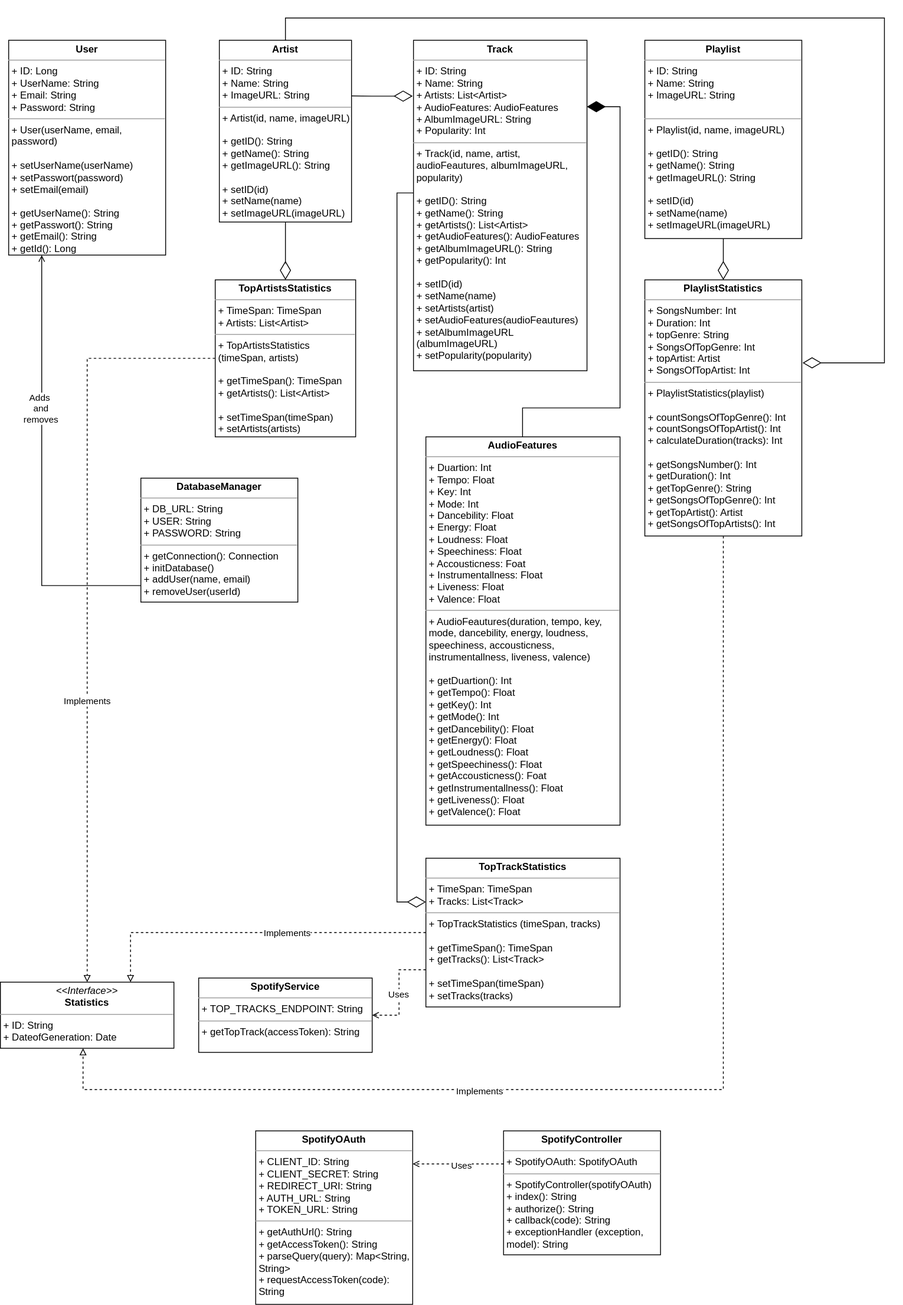
The draw.io diagram Documentation/diagrams/UML_Class_Diagram.svg in SE-TINF22B6/Statify, before a commit. Source tidied: cells renumbered, new cells last; positions are measured from the earlier drawing's top-left corner, leaving out a move shared by most shapes.
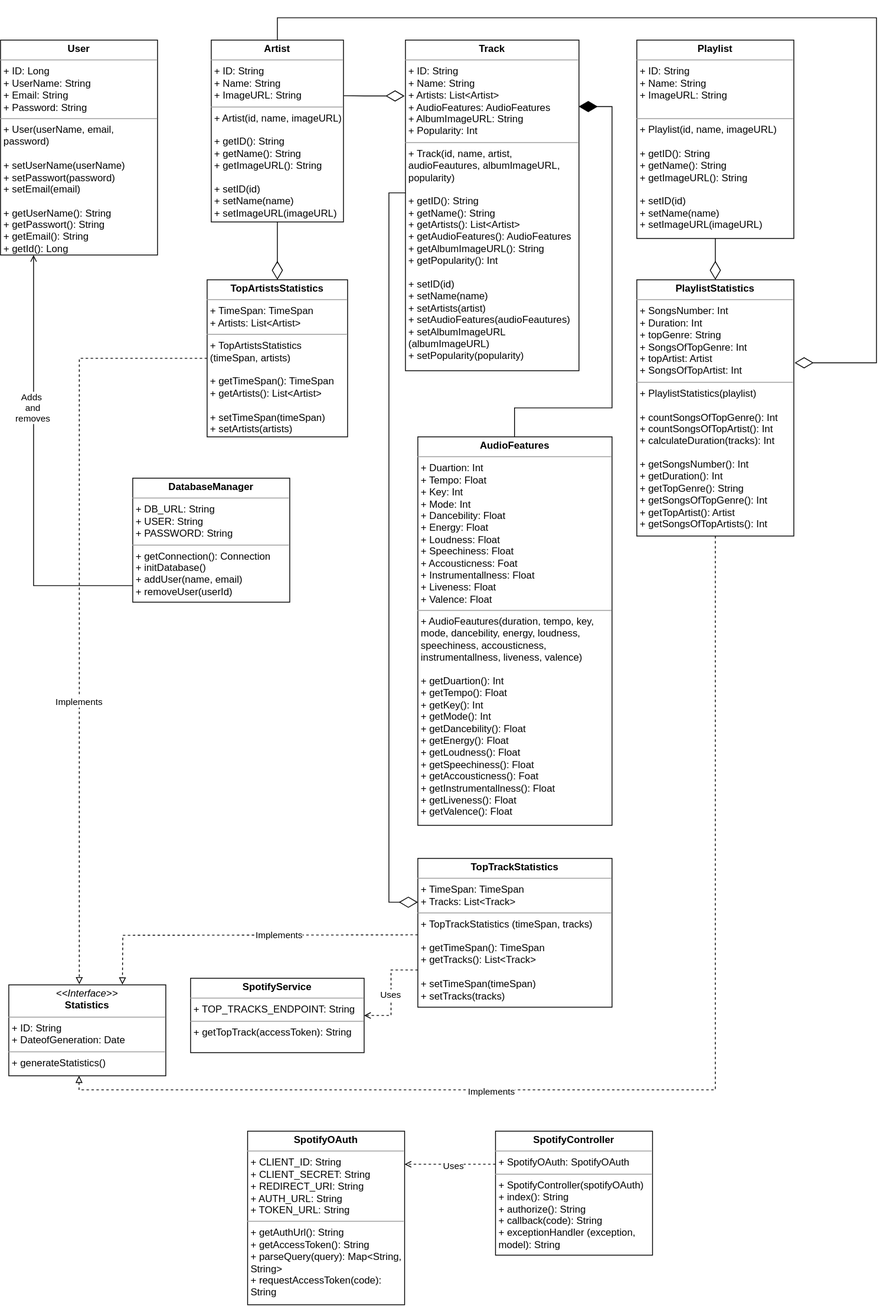
After the change.

Change to the diagram source:
```diff
@@ -1,4 +1,4 @@
-<mxGraphModel>
+<mxGraphModel background="#ffffff">
   <root>
     <mxCell id="0" />
     <mxCell id="1" parent="0" />
@@ -62,10 +62,7 @@
     <mxCell id="15" value="&lt;p style=&quot;margin:0px;margin-top:4px;text-align:center;&quot;&gt;&lt;b&gt;DatabaseManager&lt;/b&gt;&lt;br&gt;&lt;/p&gt;&lt;hr size=&quot;1&quot;&gt;&lt;p style=&quot;margin:0px;margin-left:4px;&quot;&gt;+ DB_URL: String&lt;/p&gt;&lt;p style=&quot;margin:0px;margin-left:4px;&quot;&gt;+ USER: String&lt;br&gt;&lt;/p&gt;&lt;p style=&quot;margin:0px;margin-left:4px;&quot;&gt;+ PASSWORD: String&lt;/p&gt;&lt;hr size=&quot;1&quot;&gt;&lt;p style=&quot;margin:0px;margin-left:4px;&quot;&gt;+ getConnection(): Connection&lt;/p&gt;&lt;p style=&quot;margin:0px;margin-left:4px;&quot;&gt;+&amp;nbsp;initDatabase()&lt;/p&gt;&lt;p style=&quot;margin:0px;margin-left:4px;&quot;&gt;+&amp;nbsp;addUser(name, email)&lt;/p&gt;&lt;p style=&quot;margin:0px;margin-left:4px;&quot;&gt;+&amp;nbsp;removeUser(userId)&lt;/p&gt;" style="verticalAlign=top;align=left;overflow=fill;fontSize=12;fontFamily=Helvetica;html=1;whiteSpace=wrap;" parent="1" vertex="1">
       <mxGeometry x="170" y="557" width="190" height="150" as="geometry" />
     </mxCell>
-    <mxCell id="16" value="&lt;p style=&quot;margin:0px;margin-top:4px;text-align:center;&quot;&gt;&lt;i&gt;&amp;lt;&amp;lt;Interface&amp;gt;&amp;gt;&lt;/i&gt;&lt;br&gt;&lt;b&gt;Statistics&lt;/b&gt;&lt;br&gt;&lt;/p&gt;&lt;hr size=&quot;1&quot;&gt;&lt;p style=&quot;margin:0px;margin-left:4px;&quot;&gt;+ ID: String&lt;br&gt;+ DateofGeneration: Date&lt;/p&gt;&lt;p style=&quot;margin:0px;margin-left:4px;&quot;&gt;&lt;br&gt;&lt;/p&gt;" style="verticalAlign=top;align=left;overflow=fill;fontSize=12;fontFamily=Helvetica;html=1;whiteSpace=wrap;" parent="1" vertex="1">
-      <mxGeometry y="1167" width="210" height="80" as="geometry" />
-    </mxCell>
-    <mxCell id="17" style="edgeStyle=orthogonalEdgeStyle;rounded=0;jettySize=auto;html=1;entryX=0.5;entryY=0;entryDx=0;entryDy=0;dashed=1;endArrow=block;endFill=0;" parent="1" edge="1" source="19" target="16">
+    <mxCell id="17" style="edgeStyle=orthogonalEdgeStyle;rounded=0;jettySize=auto;html=1;entryX=0.449;entryY=-0.007;entryDx=0;entryDy=0;dashed=1;endArrow=block;endFill=0;entryPerimeter=0;" parent="1" edge="1" source="19" target="33">
       <mxGeometry relative="1" as="geometry" />
     </mxCell>
     <mxCell id="18" value="Implements" style="edgeLabel;html=1;align=center;verticalAlign=middle;" parent="17" vertex="1">
@@ -74,8 +71,11 @@
     <mxCell id="19" value="&lt;p style=&quot;margin:0px;margin-top:4px;text-align:center;&quot;&gt;&lt;b&gt;TopArtistsStatistics&lt;/b&gt;&lt;br&gt;&lt;/p&gt;&lt;hr size=&quot;1&quot;&gt;&lt;p style=&quot;margin:0px;margin-left:4px;&quot;&gt;+ TimeSpan: TimeSpan&lt;/p&gt;&lt;p style=&quot;margin:0px;margin-left:4px;&quot;&gt;+ Artists: List&amp;lt;Artist&amp;gt;&amp;nbsp;&lt;/p&gt;&lt;hr size=&quot;1&quot;&gt;&lt;p style=&quot;margin:0px;margin-left:4px;&quot;&gt;+ TopArtistsStatistics (timeSpan, artists)&lt;/p&gt;&lt;p style=&quot;margin:0px;margin-left:4px;&quot;&gt;&lt;br&gt;&lt;/p&gt;&lt;p style=&quot;margin:0px;margin-left:4px;&quot;&gt;+ getTimeSpan(): TimeSpan&lt;/p&gt;&lt;p style=&quot;margin:0px;margin-left:4px;&quot;&gt;+ getArtists(): List&amp;lt;Artist&amp;gt;&lt;/p&gt;&lt;p style=&quot;margin:0px;margin-left:4px;&quot;&gt;&lt;br&gt;&lt;/p&gt;&lt;p style=&quot;border-color: var(--border-color); margin: 0px 0px 0px 4px;&quot;&gt;+ setTimeSpan(timeSpan)&lt;/p&gt;&lt;p style=&quot;border-color: var(--border-color); margin: 0px 0px 0px 4px;&quot;&gt;+ setArtists(artists)&lt;/p&gt;" style="verticalAlign=top;align=left;overflow=fill;fontSize=12;fontFamily=Helvetica;html=1;whiteSpace=wrap;" parent="1" vertex="1">
       <mxGeometry x="260" y="317" width="170" height="190" as="geometry" />
     </mxCell>
-    <mxCell id="20" style="edgeStyle=orthogonalEdgeStyle;rounded=0;jettySize=auto;html=1;entryX=0.75;entryY=0;entryDx=0;entryDy=0;dashed=1;endArrow=block;endFill=0;" parent="1" edge="1" source="24" target="16">
-      <mxGeometry relative="1" as="geometry" />
+    <mxCell id="20" style="edgeStyle=orthogonalEdgeStyle;rounded=0;orthogonalLoop=1;jettySize=auto;html=1;entryX=0.75;entryY=0;entryDx=0;entryDy=0;dashed=1;endArrow=block;endFill=0;" parent="1" edge="1">
+      <mxGeometry relative="1" as="geometry">
+        <mxPoint x="515" y="1109.5" as="sourcePoint" />
+        <mxPoint x="157.5" y="1169.5" as="targetPoint" />
+      </mxGeometry>
     </mxCell>
     <mxCell id="21" value="Implements" style="edgeLabel;html=1;align=center;verticalAlign=middle;" parent="20" vertex="1">
       <mxGeometry x="-0.19" relative="1" as="geometry" />
@@ -89,12 +89,11 @@
     <mxCell id="24" value="&lt;p style=&quot;margin:0px;margin-top:4px;text-align:center;&quot;&gt;&lt;b&gt;TopTrackStatistics&lt;/b&gt;&lt;br&gt;&lt;/p&gt;&lt;hr size=&quot;1&quot;&gt;&lt;p style=&quot;border-color: var(--border-color); margin: 0px 0px 0px 4px;&quot;&gt;+ TimeSpan: TimeSpan&lt;/p&gt;&lt;p style=&quot;border-color: var(--border-color); margin: 0px 0px 0px 4px;&quot;&gt;+ Tracks: List&amp;lt;Track&amp;gt;&lt;/p&gt;&lt;hr size=&quot;1&quot;&gt;&lt;p style=&quot;border-color: var(--border-color); margin: 0px 0px 0px 4px;&quot;&gt;+ TopTrackStatistics (timeSpan, tracks)&lt;/p&gt;&lt;p style=&quot;border-color: var(--border-color); margin: 0px 0px 0px 4px;&quot;&gt;&lt;br style=&quot;border-color: var(--border-color);&quot;&gt;&lt;/p&gt;&lt;p style=&quot;border-color: var(--border-color); margin: 0px 0px 0px 4px;&quot;&gt;+ getTimeSpan(): TimeSpan&lt;/p&gt;&lt;p style=&quot;border-color: var(--border-color); margin: 0px 0px 0px 4px;&quot;&gt;+ getTracks(): List&amp;lt;Track&amp;gt;&lt;/p&gt;&lt;p style=&quot;border-color: var(--border-color); margin: 0px 0px 0px 4px;&quot;&gt;&lt;br style=&quot;border-color: var(--border-color);&quot;&gt;&lt;/p&gt;&lt;p style=&quot;border-color: var(--border-color); margin: 0px 0px 0px 4px;&quot;&gt;+ setTimeSpan(timeSpan)&lt;/p&gt;&lt;p style=&quot;border-color: var(--border-color); margin: 0px 0px 0px 4px;&quot;&gt;+ setTracks(tracks)&lt;/p&gt;" style="verticalAlign=top;align=left;overflow=fill;fontSize=12;fontFamily=Helvetica;html=1;whiteSpace=wrap;" parent="1" vertex="1">
       <mxGeometry x="515" y="1017" width="235" height="180" as="geometry" />
     </mxCell>
-    <mxCell id="25" style="edgeStyle=orthogonalEdgeStyle;rounded=0;jettySize=auto;html=1;dashed=1;endArrow=block;endFill=0;" parent="1" edge="1" source="27">
+    <mxCell id="25" style="edgeStyle=orthogonalEdgeStyle;rounded=0;jettySize=auto;html=1;dashed=1;endArrow=block;endFill=0;" parent="1" edge="1" source="27" target="33">
       <mxGeometry relative="1" as="geometry">
-        <mxPoint x="100" y="1247" as="targetPoint" />
         <Array as="points">
           <mxPoint x="875" y="1297" />
-          <mxPoint x="100" y="1297" />
+          <mxPoint x="105" y="1297" />
         </Array>
       </mxGeometry>
     </mxCell>
@@ -142,5 +141,8 @@
         </Array>
       </mxGeometry>
     </mxCell>
+    <mxCell id="33" value="&lt;p style=&quot;margin:0px;margin-top:4px;text-align:center;&quot;&gt;&lt;i&gt;&amp;lt;&amp;lt;Interface&amp;gt;&amp;gt;&lt;/i&gt;&lt;br&gt;&lt;b&gt;Statistics&lt;/b&gt;&lt;/p&gt;&lt;hr size=&quot;1&quot;&gt;&lt;p style=&quot;margin:0px;margin-left:4px;&quot;&gt;+ ID: String&lt;br style=&quot;border-color: var(--border-color);&quot;&gt;+ DateofGeneration: Date&lt;br&gt;&lt;/p&gt;&lt;hr size=&quot;1&quot;&gt;&lt;p style=&quot;margin:0px;margin-left:4px;&quot;&gt;+ generateStatistics()&lt;br&gt;&lt;/p&gt;" style="verticalAlign=top;align=left;overflow=fill;fontSize=12;fontFamily=Helvetica;html=1;whiteSpace=wrap;" parent="1" vertex="1">
+      <mxGeometry x="20" y="1170" width="190" height="110" as="geometry" />
+    </mxCell>
   </root>
 </mxGraphModel>
```
